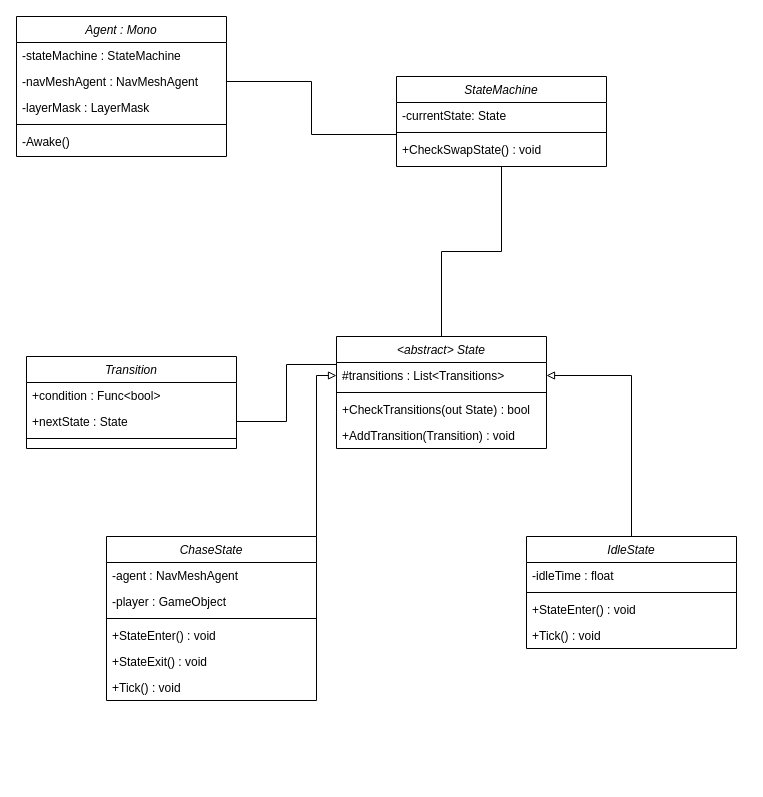
Above: KIProjektKlasseDiagram.drawio in RDMJoker/LL_Semester2_Project (draw.io), before the change. Source tidied: cells renumbered, new cells numbered last; positions are measured from the earlier drawing's top-left corner, leaving out a move shared by most shapes. Both pictures are drawn from the tidied source at 100%, with x=0, y=0 at pixel (16, 16).
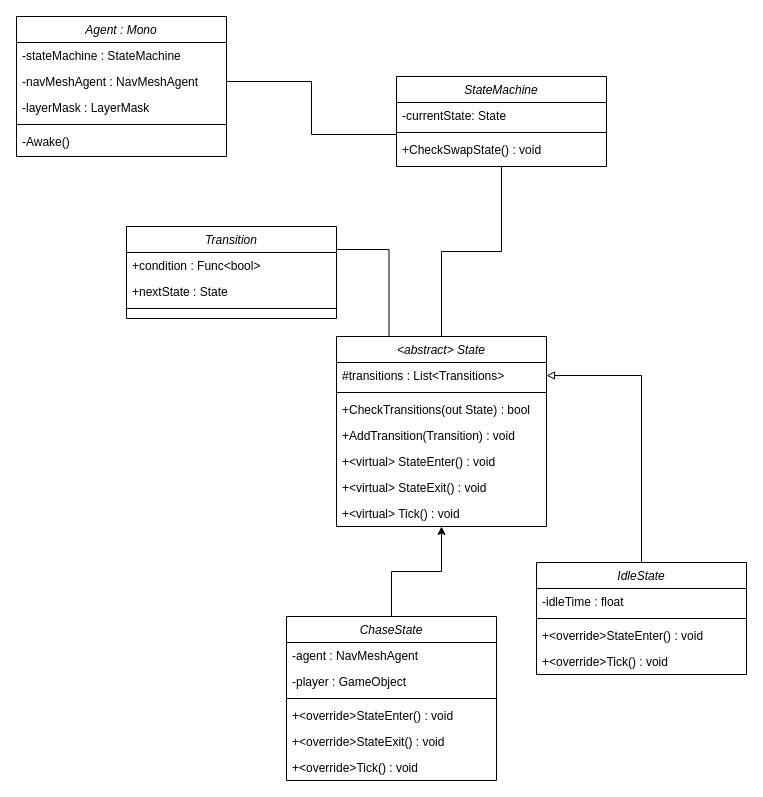
After the change.

Unchanged cells that the change refers to:
```xml
<mxCell id="10" value="+nextState : State" style="text;align=left;verticalAlign=top;spacingLeft=4;spacingRight=4;overflow=hidden;points=[[0,0.5],[1,0.5]];portConstraint=eastwest;" parent="8" vertex="1">
  <mxGeometry y="52" width="210" height="26" as="geometry" />
</mxCell>
<mxCell id="19" value="#transitions : List&lt;Transitions&gt;" style="text;align=left;verticalAlign=top;spacingLeft=4;spacingRight=4;overflow=hidden;points=[[0,0.5],[1,0.5]];portConstraint=eastwest;" parent="18" vertex="1">
  <mxGeometry y="26" width="210" height="26" as="geometry" />
</mxCell>
```

The edit, as a diff of the source:
```diff
@@
+    <mxCell id="39" style="edgeStyle=orthogonalEdgeStyle;rounded=0;jettySize=auto;html=1;exitX=1;exitY=0.25;exitDx=0;exitDy=0;entryX=0.25;entryY=0;entryDx=0;entryDy=0;endArrow=none;endFill=0;" parent="1" edge="1" source="8" target="18">
+      <mxGeometry relative="1" as="geometry" />
+    </mxCell>
     <mxCell id="8" value="Transition" style="swimlane;fontStyle=2;align=center;verticalAlign=top;horizontal=1;startSize=26;rounded=0;shadow=0;strokeWidth=1;" parent="1" vertex="1">
-      <mxGeometry x="10" y="340" width="210" height="92" as="geometry" />
+      <mxGeometry x="110" y="210" width="210" height="92" as="geometry" />
     </mxCell>
@@
     <mxCell id="18" value="&lt;abstract&gt; State" style="swimlane;fontStyle=2;align=center;verticalAlign=top;horizontal=1;startSize=26;rounded=0;shadow=0;strokeWidth=1;" parent="1" vertex="1">
-      <mxGeometry x="320" y="320" width="210" height="112" as="geometry" />
+      <mxGeometry x="320" y="320" width="210" height="190" as="geometry" />
     </mxCell>
@@
-    <mxCell id="23" style="edgeStyle=orthogonalEdgeStyle;rounded=0;jettySize=auto;html=1;exitX=1;exitY=0.5;exitDx=0;exitDy=0;entryX=0;entryY=0.25;entryDx=0;entryDy=0;endArrow=none;endFill=0;" parent="1" edge="1" source="10" target="18">
-      <mxGeometry relative="1" as="geometry" />
-    </mxCell>
+    <mxCell id="40" value="+&lt;virtual&gt; StateEnter() : void" style="text;align=left;verticalAlign=top;spacingLeft=4;spacingRight=4;overflow=hidden;" parent="18" vertex="1">
+      <mxGeometry y="112" width="210" height="26" as="geometry" />
+    </mxCell>
+    <mxCell id="41" value="+&lt;virtual&gt; StateExit() : void" style="text;align=left;verticalAlign=top;spacingLeft=4;spacingRight=4;overflow=hidden;" parent="18" vertex="1">
+      <mxGeometry y="138" width="210" height="26" as="geometry" />
+    </mxCell>
+    <mxCell id="42" value="+&lt;virtual&gt; Tick() : void" style="text;align=left;verticalAlign=top;spacingLeft=4;spacingRight=4;overflow=hidden;" parent="18" vertex="1">
+      <mxGeometry y="164" width="210" height="26" as="geometry" />
+    </mxCell>
@@
-    <mxCell id="25" style="edgeStyle=orthogonalEdgeStyle;rounded=0;jettySize=auto;html=1;exitX=1;exitY=0;exitDx=0;exitDy=0;entryX=0;entryY=0.5;entryDx=0;entryDy=0;endArrow=block;endFill=0;" parent="1" edge="1" source="26" target="19">
-      <mxGeometry relative="1" as="geometry" />
-    </mxCell>
+    <mxCell id="43" style="edgeStyle=orthogonalEdgeStyle;rounded=0;jettySize=auto;html=1;exitX=0.5;exitY=0;exitDx=0;exitDy=0;" parent="1" edge="1" source="26" target="18">
+      <mxGeometry relative="1" as="geometry" />
+    </mxCell>
     <mxCell id="26" value="ChaseState" style="swimlane;fontStyle=2;align=center;verticalAlign=top;horizontal=1;startSize=26;rounded=0;shadow=0;strokeWidth=1;" parent="1" vertex="1">
-      <mxGeometry x="90" y="520" width="210" height="164" as="geometry" />
+      <mxGeometry x="270" y="600" width="210" height="164" as="geometry" />
     </mxCell>
@@
-    <mxCell id="30" value="+StateEnter() : void" style="text;align=left;verticalAlign=top;spacingLeft=4;spacingRight=4;overflow=hidden;" parent="26" vertex="1">
+    <mxCell id="30" value="+&lt;override&gt;StateEnter() : void" style="text;align=left;verticalAlign=top;spacingLeft=4;spacingRight=4;overflow=hidden;" parent="26" vertex="1">
       <mxGeometry y="86" width="210" height="26" as="geometry" />
     </mxCell>
-    <mxCell id="31" value="+StateExit() : void" style="text;align=left;verticalAlign=top;spacingLeft=4;spacingRight=4;overflow=hidden;" parent="26" vertex="1">
+    <mxCell id="31" value="+&lt;override&gt;StateExit() : void" style="text;align=left;verticalAlign=top;spacingLeft=4;spacingRight=4;overflow=hidden;" parent="26" vertex="1">
       <mxGeometry y="112" width="210" height="26" as="geometry" />
     </mxCell>
-    <mxCell id="32" value="+Tick() : void" style="text;align=left;verticalAlign=top;spacingLeft=4;spacingRight=4;overflow=hidden;" parent="26" vertex="1">
+    <mxCell id="32" value="+&lt;override&gt;Tick() : void" style="text;align=left;verticalAlign=top;spacingLeft=4;spacingRight=4;overflow=hidden;" parent="26" vertex="1">
       <mxGeometry y="138" width="210" height="26" as="geometry" />
     </mxCell>
@@
     <mxCell id="34" value="IdleState" style="swimlane;fontStyle=2;align=center;verticalAlign=top;horizontal=1;startSize=26;rounded=0;shadow=0;strokeWidth=1;" parent="1" vertex="1">
-      <mxGeometry x="510" y="520" width="210" height="112" as="geometry" />
+      <mxGeometry x="520" y="546" width="210" height="112" as="geometry" />
     </mxCell>
@@
-    <mxCell id="37" value="+StateEnter() : void" style="text;align=left;verticalAlign=top;spacingLeft=4;spacingRight=4;overflow=hidden;" parent="34" vertex="1">
+    <mxCell id="37" value="+&lt;override&gt;StateEnter() : void" style="text;align=left;verticalAlign=top;spacingLeft=4;spacingRight=4;overflow=hidden;" parent="34" vertex="1">
       <mxGeometry y="60" width="210" height="26" as="geometry" />
     </mxCell>
-    <mxCell id="38" value="+Tick() : void" style="text;align=left;verticalAlign=top;spacingLeft=4;spacingRight=4;overflow=hidden;" parent="34" vertex="1">
+    <mxCell id="38" value="+&lt;override&gt;Tick() : void" style="text;align=left;verticalAlign=top;spacingLeft=4;spacingRight=4;overflow=hidden;" parent="34" vertex="1">
       <mxGeometry y="86" width="210" height="26" as="geometry" />
     </mxCell>
```
